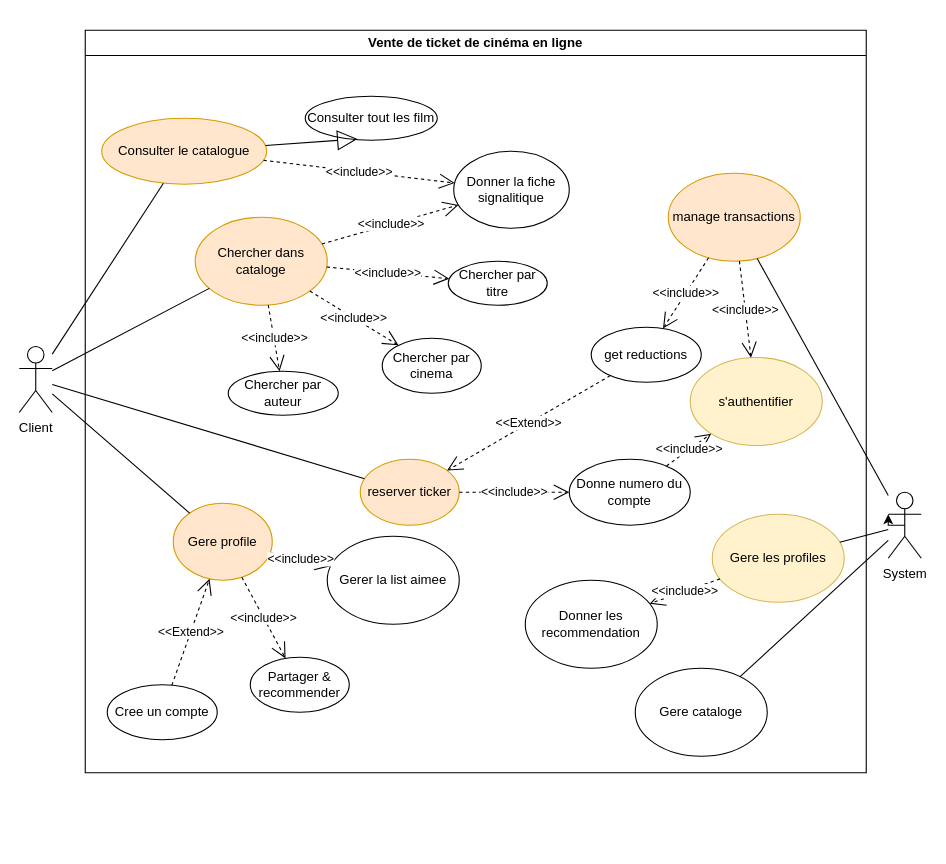
Earlier version of the draw.io diagram usecase.drawio (chouaibKr0/ProjetGL). Source tidied: cells renumbered, new cells numbered last; positions are measured from the earlier drawing's top-left corner, leaving out a move shared by most shapes. Both pictures are drawn from the tidied source at 110%, with x=0, y=0 at pixel (19, 30).
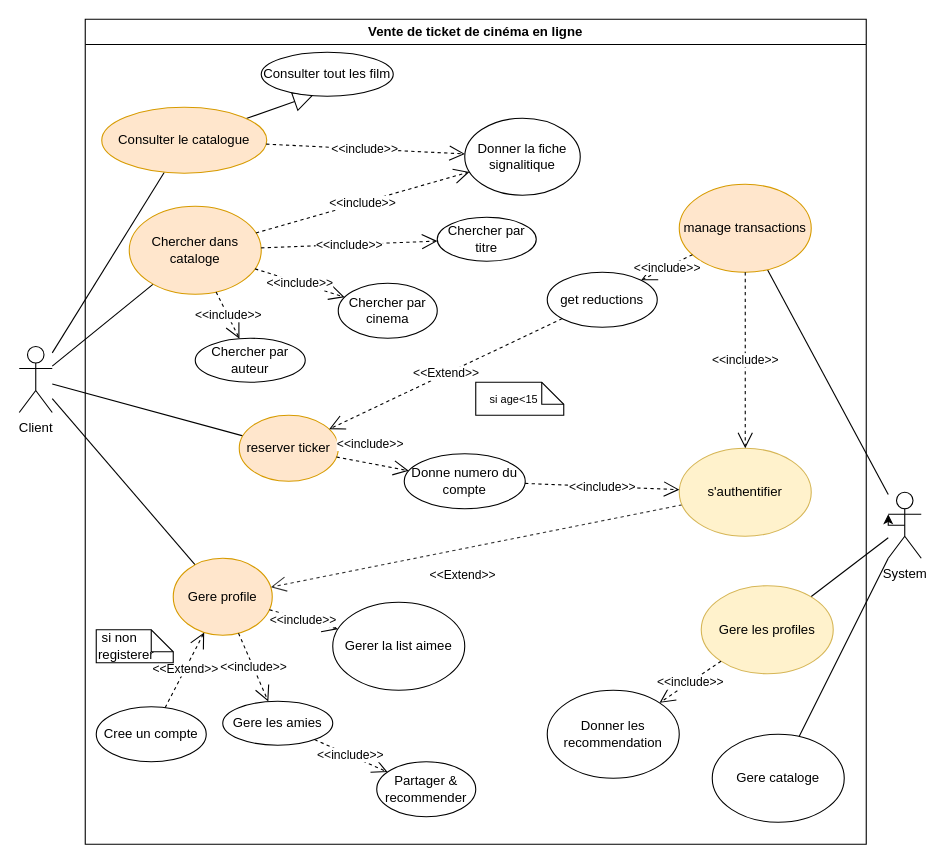
After the change.

The change refers to these unchanged cells:
```xml
<mxCell id="2" value="Client" style="shape=umlActor;verticalLabelPosition=bottom;verticalAlign=top;html=1;outlineConnect=0;" parent="1" vertex="1">
  <mxGeometry y="287.5" width="30" height="60" as="geometry" />
</mxCell>
<mxCell id="9" value="Consulter le catalogue" style="ellipse;whiteSpace=wrap;html=1;fillColor=#ffe6cc;strokeColor=#d79b00;" parent="3" vertex="1">
  <mxGeometry x="15" y="80" width="150" height="60" as="geometry" />
</mxCell>
```

What changed in the source:
```diff
@@
+    <mxCell id="38" value="System" style="shape=umlActor;verticalLabelPosition=bottom;verticalAlign=top;html=1;outlineConnect=0;" parent="1" vertex="1">
+      <mxGeometry x="790" y="420" width="30" height="60" as="geometry" />
+    </mxCell>
+    <mxCell id="39" style="endArrow=none;html=1;rounded=0;" parent="1" edge="1" source="2" target="4">
+      <mxGeometry relative="1" as="geometry" />
+    </mxCell>
+    <mxCell id="40" style="endArrow=none;html=1;rounded=0;" parent="1" edge="1" source="2" target="9">
+      <mxGeometry relative="1" as="geometry" />
+    </mxCell>
+    <mxCell id="41" style="endArrow=none;html=1;rounded=0;" parent="1" edge="1" source="2" target="10">
+      <mxGeometry relative="1" as="geometry" />
+    </mxCell>
+    <mxCell id="42" style="endArrow=none;html=1;rounded=0;" parent="1" edge="1" source="14" target="38">
+      <mxGeometry relative="1" as="geometry" />
+    </mxCell>
+    <mxCell id="43" style="endArrow=none;html=1;rounded=0;" parent="1" edge="1" source="15" target="38">
+      <mxGeometry relative="1" as="geometry" />
+    </mxCell>
+    <mxCell id="44" style="endArrow=none;html=1;rounded=0;" parent="1" edge="1" source="16" target="38">
+      <mxGeometry relative="1" as="geometry" />
+    </mxCell>
+    <mxCell id="45" style="endArrow=none;html=1;rounded=0;" parent="1" edge="1" source="2" target="18">
+      <mxGeometry relative="1" as="geometry" />
+    </mxCell>
+    <mxCell id="46" style="edgeStyle=orthogonalEdgeStyle;rounded=0;orthogonalLoop=1;jettySize=auto;html=1;exitX=0.5;exitY=0.5;exitDx=0;exitDy=0;exitPerimeter=0;entryX=0;entryY=0.3333333333333333;entryDx=0;entryDy=0;entryPerimeter=0;" parent="1" edge="1" source="38" target="38">
+      <mxGeometry relative="1" as="geometry" />
+    </mxCell>
     <mxCell id="3" value="Vente de ticket de cinéma en ligne" style="swimlane;whiteSpace=wrap;html=1;" parent="1" vertex="1">
-      <mxGeometry x="60" width="710" height="675" as="geometry" />
+      <mxGeometry x="60" y="-10" width="710" height="750" as="geometry" />
     </mxCell>
+    <mxCell id="30" style="endArrow=block;endSize=16;endFill=0;html=1;rounded=0;entryX=0.396;entryY=0.969;entryDx=0;entryDy=0;entryPerimeter=0;" parent="3" edge="1" source="9" target="11">
+      <mxGeometry relative="1" as="geometry" />
+    </mxCell>
+    <mxCell id="47" value="&amp;lt;&amp;lt;Extend&amp;gt;&amp;gt;" style="endArrow=open;endSize=12;dashed=1;html=1;rounded=0;shadow=0;flowAnimation=0;opacity=80;" parent="3" edge="1" source="35" target="4">
+      <mxGeometry x="0.09" y="23" relative="1" as="geometry" />
+    </mxCell>
     <mxCell id="4" value="Gere profile" style="ellipse;whiteSpace=wrap;html=1;fillColor=#ffe6cc;strokeColor=#d79b00;" parent="3" vertex="1">
-      <mxGeometry x="80" y="430" width="90" height="70" as="geometry" />
+      <mxGeometry x="80" y="490" width="90" height="70" as="geometry" />
     </mxCell>
     <mxCell id="5" value="Cree un compte" style="ellipse;whiteSpace=wrap;html=1;" parent="3" vertex="1">
-      <mxGeometry x="20" y="595" width="100" height="50" as="geometry" />
+      <mxGeometry x="10" y="625" width="100" height="50" as="geometry" />
     </mxCell>
     <mxCell id="6" value="Chercher par cinema" style="ellipse;whiteSpace=wrap;html=1;" parent="3" vertex="1">
-      <mxGeometry x="270" y="280" width="90" height="50" as="geometry" />
+      <mxGeometry x="230" y="240" width="90" height="50" as="geometry" />
     </mxCell>
     <mxCell id="7" value="Chercher par auteur" style="ellipse;whiteSpace=wrap;html=1;" parent="3" vertex="1">
-      <mxGeometry x="130" y="310" width="100" height="40" as="geometry" />
+      <mxGeometry x="100" y="290" width="100" height="40" as="geometry" />
     </mxCell>
     <mxCell id="8" value="Chercher par titre" style="ellipse;whiteSpace=wrap;html=1;" parent="3" vertex="1">
-      <mxGeometry x="330" y="210" width="90" height="40" as="geometry" />
+      <mxGeometry x="320" y="180" width="90" height="40" as="geometry" />
     </mxCell>
@@
     <mxCell id="10" value="Chercher dans cataloge" style="ellipse;whiteSpace=wrap;html=1;fillColor=#ffe6cc;strokeColor=#d79b00;" parent="3" vertex="1">
-      <mxGeometry x="100" y="170" width="120" height="80" as="geometry" />
+      <mxGeometry x="40" y="170" width="120" height="80" as="geometry" />
     </mxCell>
     <mxCell id="11" value="Consulter tout les film" style="ellipse;whiteSpace=wrap;html=1;" parent="3" vertex="1">
-      <mxGeometry x="200" y="60" width="120" height="40" as="geometry" />
+      <mxGeometry x="160" y="30" width="120" height="40" as="geometry" />
     </mxCell>
     <mxCell id="12" value="Donner la fiche signalitique" style="ellipse;whiteSpace=wrap;html=1;" parent="3" vertex="1">
-      <mxGeometry x="335" y="110" width="105" height="70" as="geometry" />
+      <mxGeometry x="345" y="90" width="105" height="70" as="geometry" />
     </mxCell>
     <mxCell id="13" value="Gerer la list aimee" style="ellipse;whiteSpace=wrap;html=1;" parent="3" vertex="1">
-      <mxGeometry x="220" y="460" width="120" height="80" as="geometry" />
+      <mxGeometry x="225" y="530" width="120" height="80" as="geometry" />
     </mxCell>
     <mxCell id="14" value="Gere cataloge" style="ellipse;whiteSpace=wrap;html=1;" parent="3" vertex="1">
-      <mxGeometry x="500" y="580" width="120" height="80" as="geometry" />
+      <mxGeometry x="570" y="650" width="120" height="80" as="geometry" />
     </mxCell>
     <mxCell id="15" value="Gere les profiles" style="ellipse;whiteSpace=wrap;html=1;fillColor=#fff2cc;strokeColor=#d6b656;" parent="3" vertex="1">
-      <mxGeometry x="570" y="440" width="120" height="80" as="geometry" />
+      <mxGeometry x="560" y="515" width="120" height="80" as="geometry" />
     </mxCell>
     <mxCell id="16" value="manage transactions" style="ellipse;whiteSpace=wrap;html=1;fillColor=#ffe6cc;strokeColor=#d79b00;" parent="3" vertex="1">
-      <mxGeometry x="530" y="130" width="120" height="80" as="geometry" />
+      <mxGeometry x="540" y="150" width="120" height="80" as="geometry" />
     </mxCell>
     <mxCell id="17" value="Donner les recommendation" style="ellipse;whiteSpace=wrap;html=1;" parent="3" vertex="1">
-      <mxGeometry x="400" y="500" width="120" height="80" as="geometry" />
+      <mxGeometry x="420" y="610" width="120" height="80" as="geometry" />
     </mxCell>
     <mxCell id="18" value="reserver ticker " style="ellipse;whiteSpace=wrap;html=1;fillColor=#ffe6cc;strokeColor=#d79b00;" parent="3" vertex="1">
-      <mxGeometry x="250" y="390" width="90" height="60" as="geometry" />
+      <mxGeometry x="140" y="360" width="90" height="60" as="geometry" />
     </mxCell>
     <mxCell id="19" value="get reductions" style="ellipse;whiteSpace=wrap;html=1;" parent="3" vertex="1">
-      <mxGeometry x="460" y="270" width="100" height="50" as="geometry" />
+      <mxGeometry x="420" y="230" width="100" height="50" as="geometry" />
     </mxCell>
     <mxCell id="20" value="Partager &amp;amp; recommender" style="ellipse;whiteSpace=wrap;html=1;" parent="3" vertex="1">
-      <mxGeometry x="150" y="570" width="90" height="50" as="geometry" />
+      <mxGeometry x="265" y="675" width="90" height="50" as="geometry" />
     </mxCell>
@@
-    <mxCell id="25" value="&amp;lt;&amp;lt;include&amp;gt;&amp;gt;" style="endArrow=open;endSize=12;dashed=1;html=1;rounded=0;" parent="3" edge="1" source="4" target="20">
+    <mxCell id="25" value="&amp;lt;&amp;lt;include&amp;gt;&amp;gt;" style="endArrow=open;endSize=12;dashed=1;html=1;rounded=0;" parent="3" edge="1" source="49" target="20">
       <mxGeometry relative="1" as="geometry" />
     </mxCell>
@@
-    <mxCell id="30" style="endArrow=block;endSize=16;endFill=0;html=1;rounded=0;entryX=0.396;entryY=0.969;entryDx=0;entryDy=0;entryPerimeter=0;" parent="3" edge="1" source="9" target="11">
-      <mxGeometry relative="1" as="geometry" />
-    </mxCell>
@@
     <mxCell id="33" value="Donne numero du compte" style="ellipse;whiteSpace=wrap;html=1;" parent="3" vertex="1">
-      <mxGeometry x="440" y="390" width="110" height="60" as="geometry" />
+      <mxGeometry x="290" y="395" width="110" height="50" as="geometry" />
     </mxCell>
     <mxCell id="34" value="&amp;lt;&amp;lt;include&amp;gt;&amp;gt;" style="endArrow=open;endSize=12;dashed=1;html=1;rounded=0;" parent="3" edge="1" source="18" target="33">
-      <mxGeometry relative="1" as="geometry" />
+      <mxGeometry x="-0.16" y="16" relative="1" as="geometry">
+        <mxPoint y="-1" as="offset" />
+      </mxGeometry>
     </mxCell>
     <mxCell id="35" value="s'authentifier" style="ellipse;whiteSpace=wrap;html=1;fillColor=#fff2cc;strokeColor=#d6b656;" parent="3" vertex="1">
-      <mxGeometry x="550" y="297.5" width="120" height="80" as="geometry" />
+      <mxGeometry x="540" y="390" width="120" height="80" as="geometry" />
     </mxCell>
@@
-    <mxCell id="38" value="System" style="shape=umlActor;verticalLabelPosition=bottom;verticalAlign=top;html=1;outlineConnect=0;" parent="1" vertex="1">
-      <mxGeometry x="790" y="420" width="30" height="60" as="geometry" />
-    </mxCell>
-    <mxCell id="39" style="endArrow=none;html=1;rounded=0;" parent="1" edge="1" source="2" target="4">
-      <mxGeometry relative="1" as="geometry" />
-    </mxCell>
-    <mxCell id="40" style="endArrow=none;html=1;rounded=0;" parent="1" edge="1" source="2" target="9">
-      <mxGeometry relative="1" as="geometry" />
-    </mxCell>
-    <mxCell id="41" style="endArrow=none;html=1;rounded=0;" parent="1" edge="1" source="2" target="10">
-      <mxGeometry relative="1" as="geometry" />
-    </mxCell>
-    <mxCell id="42" style="endArrow=none;html=1;rounded=0;" parent="1" edge="1" source="14" target="38">
-      <mxGeometry relative="1" as="geometry" />
-    </mxCell>
-    <mxCell id="43" style="endArrow=none;html=1;rounded=0;" parent="1" edge="1" source="15" target="38">
-      <mxGeometry relative="1" as="geometry" />
-    </mxCell>
-    <mxCell id="44" style="endArrow=none;html=1;rounded=0;" parent="1" edge="1" source="16" target="38">
-      <mxGeometry relative="1" as="geometry" />
-    </mxCell>
-    <mxCell id="45" style="endArrow=none;html=1;rounded=0;" parent="1" edge="1" source="2" target="18">
-      <mxGeometry relative="1" as="geometry" />
-    </mxCell>
-    <mxCell id="46" style="edgeStyle=orthogonalEdgeStyle;rounded=0;orthogonalLoop=1;jettySize=auto;html=1;exitX=0.5;exitY=0.5;exitDx=0;exitDy=0;exitPerimeter=0;entryX=0;entryY=0.3333333333333333;entryDx=0;entryDy=0;entryPerimeter=0;" parent="1" edge="1" source="38" target="38">
-      <mxGeometry relative="1" as="geometry" />
-    </mxCell>
+    <mxCell id="48" value="&lt;div style=&quot;font-size: 11px;&quot; align=&quot;left&quot;&gt;&lt;font style=&quot;font-size: 10px;&quot;&gt;&amp;nbsp;&amp;nbsp;&amp;nbsp; si age&amp;lt;15&lt;/font&gt;&lt;/div&gt;" style="shape=note;size=20;whiteSpace=wrap;html=1;align=left;" parent="3" vertex="1">
+      <mxGeometry x="355" y="330" width="80" height="30" as="geometry" />
+    </mxCell>
+    <mxCell id="49" value="Gere les amies" style="ellipse;whiteSpace=wrap;html=1;align=center;" parent="3" vertex="1">
+      <mxGeometry x="125" y="620" width="100" height="40" as="geometry" />
+    </mxCell>
+    <mxCell id="50" value="&amp;lt;&amp;lt;include&amp;gt;&amp;gt;" style="endArrow=open;endSize=12;dashed=1;html=1;rounded=0;" parent="3" edge="1" source="4" target="49">
+      <mxGeometry relative="1" as="geometry" />
+    </mxCell>
+    <mxCell id="51" value="&amp;nbsp;si non registerer " style="shape=note;size=20;whiteSpace=wrap;html=1;align=left;" parent="3" vertex="1">
+      <mxGeometry x="10" y="555" width="70" height="30" as="geometry" />
+    </mxCell>
```
